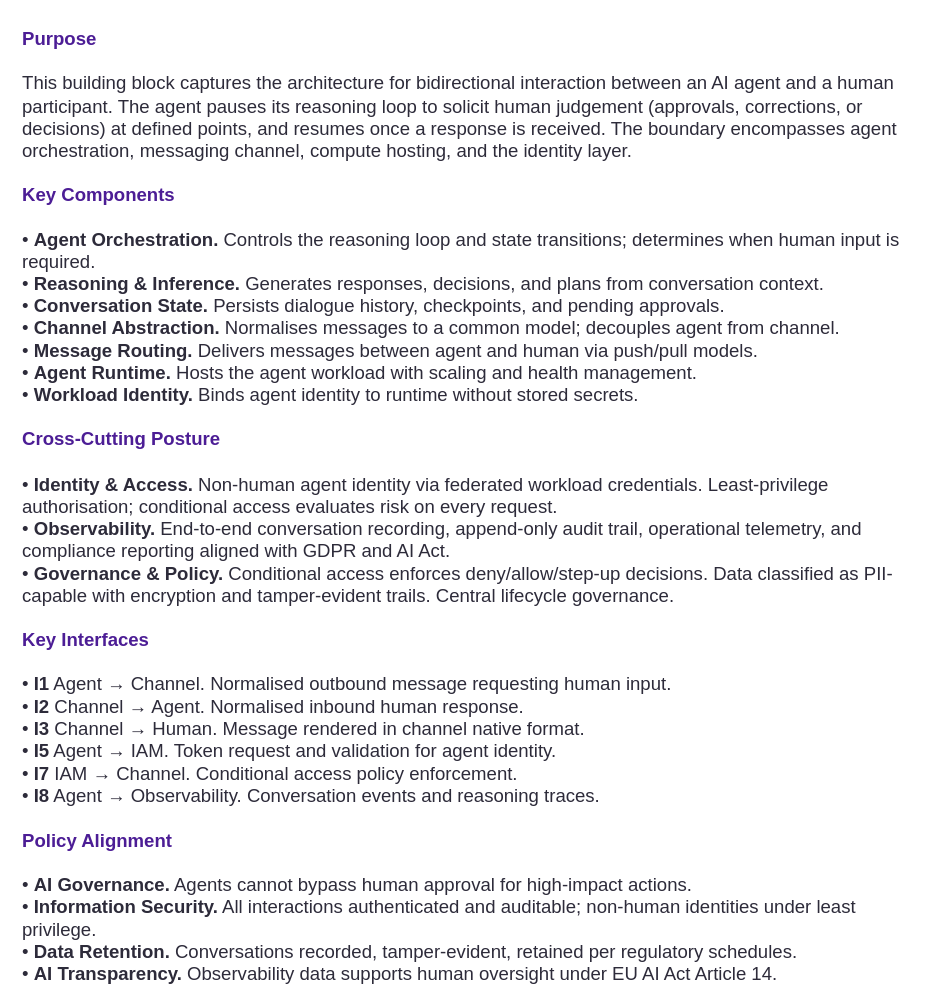
This is standards/building-blocks/architecture-building-block/example/summary.drawio from dermot-obrien/ai-assisted-architecture, a draw.io file, before an edit. Source tidied: cells renumbered, new cells numbered last; positions are measured from the earlier drawing's top-left corner, leaving out a move shared by most shapes. Both pictures are drawn from the tidied source at 116%, with x=0, y=0 at pixel (20, 20).
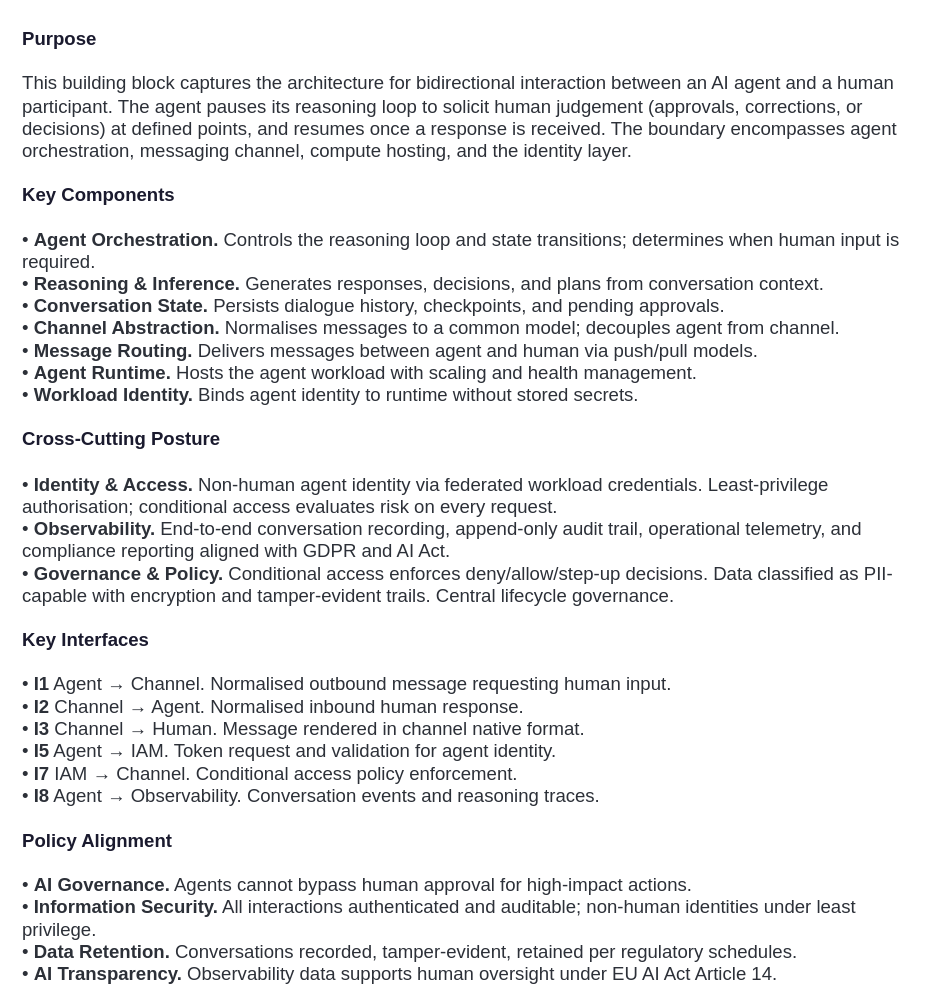
After the change.

The edit, as a diff of the source:
```diff
@@
 <mxGraphModel background="#FFFFFF">
   <root>
     <mxCell id="0" />
     <mxCell id="1" parent="0" />
-    <mxCell id="2" value="&lt;b style=&quot;color:#4C1D95;&quot;&gt;Purpose&lt;/b&gt;&lt;br&gt;&lt;br&gt;This building block captures the architecture for bidirectional interaction between an AI agent and a human participant. The agent pauses its reasoning loop to solicit human judgement (approvals, corrections, or decisions) at defined points, and resumes once a response is received. The boundary encompasses agent orchestration, messaging channel, compute hosting, and the identity layer.&lt;br&gt;&lt;br&gt;&lt;b style=&quot;color:#4C1D95;&quot;&gt;Key Components&lt;/b&gt;&lt;br&gt;&lt;br&gt;• &lt;b&gt;Agent Orchestration.&lt;/b&gt; Controls the reasoning loop and state transitions; determines when human input is required.&lt;br&gt;• &lt;b&gt;Reasoning &amp;amp; Inference.&lt;/b&gt; Generates responses, decisions, and plans from conversation context.&lt;br&gt;• &lt;b&gt;Conversation State.&lt;/b&gt; Persists dialogue history, checkpoints, and pending approvals.&lt;br&gt;• &lt;b&gt;Channel Abstraction.&lt;/b&gt; Normalises messages to a common model; decouples agent from channel.&lt;br&gt;• &lt;b&gt;Message Routing.&lt;/b&gt; Delivers messages between agent and human via push/pull models.&lt;br&gt;• &lt;b&gt;Agent Runtime.&lt;/b&gt; Hosts the agent workload with scaling and health management.&lt;br&gt;• &lt;b&gt;Workload Identity.&lt;/b&gt; Binds agent identity to runtime without stored secrets.&lt;br&gt;&lt;br&gt;&lt;b style=&quot;color:#4C1D95;&quot;&gt;Cross-Cutting Posture&lt;/b&gt;&lt;br&gt;&lt;br&gt;• &lt;b&gt;Identity &amp;amp; Access.&lt;/b&gt; Non-human agent identity via federated workload credentials. Least-privilege authorisation; conditional access evaluates risk on every request.&lt;br&gt;• &lt;b&gt;Observability.&lt;/b&gt; End-to-end conversation recording, append-only audit trail, operational telemetry, and compliance reporting aligned with GDPR and AI Act.&lt;br&gt;• &lt;b&gt;Governance &amp;amp; Policy.&lt;/b&gt; Conditional access enforces deny/allow/step-up decisions. Data classified as PII-capable with encryption and tamper-evident trails. Central lifecycle governance.&lt;br&gt;&lt;br&gt;&lt;b style=&quot;color:#4C1D95;&quot;&gt;Key Interfaces&lt;/b&gt;&lt;br&gt;&lt;br&gt;• &lt;b&gt;I1&lt;/b&gt; Agent → Channel. Normalised outbound message requesting human input.&lt;br&gt;• &lt;b&gt;I2&lt;/b&gt; Channel → Agent. Normalised inbound human response.&lt;br&gt;• &lt;b&gt;I3&lt;/b&gt; Channel → Human. Message rendered in channel native format.&lt;br&gt;• &lt;b&gt;I5&lt;/b&gt; Agent → IAM. Token request and validation for agent identity.&lt;br&gt;• &lt;b&gt;I7&lt;/b&gt; IAM → Channel. Conditional access policy enforcement.&lt;br&gt;• &lt;b&gt;I8&lt;/b&gt; Agent → Observability. Conversation events and reasoning traces.&lt;br&gt;&lt;br&gt;&lt;b style=&quot;color:#4C1D95;&quot;&gt;Policy Alignment&lt;/b&gt;&lt;br&gt;&lt;br&gt;• &lt;b&gt;AI Governance.&lt;/b&gt; Agents cannot bypass human approval for high-impact actions.&lt;br&gt;• &lt;b&gt;Information Security.&lt;/b&gt; All interactions authenticated and auditable; non-human identities under least privilege.&lt;br&gt;• &lt;b&gt;Data Retention.&lt;/b&gt; Conversations recorded, tamper-evident, retained per regulatory schedules.&lt;br&gt;• &lt;b&gt;AI Transparency.&lt;/b&gt; Observability data supports human oversight under EU AI Act Article 14." style="text;html=1;align=left;verticalAlign=top;fontSize=16;fontFamily=Helvetica;fontColor=#2D2B3A;fillColor=none;strokeColor=none;whiteSpace=wrap;spacingTop=0;spacingLeft=0;" parent="1" vertex="1">
+    <mxCell id="2" value="&lt;b style=&quot;color:#1A1A2E;&quot;&gt;Purpose&lt;/b&gt;&lt;br&gt;&lt;br&gt;This building block captures the architecture for bidirectional interaction between an AI agent and a human participant. The agent pauses its reasoning loop to solicit human judgement (approvals, corrections, or decisions) at defined points, and resumes once a response is received. The boundary encompasses agent orchestration, messaging channel, compute hosting, and the identity layer.&lt;br&gt;&lt;br&gt;&lt;b style=&quot;color:#1A1A2E;&quot;&gt;Key Components&lt;/b&gt;&lt;br&gt;&lt;br&gt;• &lt;b&gt;Agent Orchestration.&lt;/b&gt; Controls the reasoning loop and state transitions; determines when human input is required.&lt;br&gt;• &lt;b&gt;Reasoning &amp;amp; Inference.&lt;/b&gt; Generates responses, decisions, and plans from conversation context.&lt;br&gt;• &lt;b&gt;Conversation State.&lt;/b&gt; Persists dialogue history, checkpoints, and pending approvals.&lt;br&gt;• &lt;b&gt;Channel Abstraction.&lt;/b&gt; Normalises messages to a common model; decouples agent from channel.&lt;br&gt;• &lt;b&gt;Message Routing.&lt;/b&gt; Delivers messages between agent and human via push/pull models.&lt;br&gt;• &lt;b&gt;Agent Runtime.&lt;/b&gt; Hosts the agent workload with scaling and health management.&lt;br&gt;• &lt;b&gt;Workload Identity.&lt;/b&gt; Binds agent identity to runtime without stored secrets.&lt;br&gt;&lt;br&gt;&lt;b style=&quot;color:#1A1A2E;&quot;&gt;Cross-Cutting Posture&lt;/b&gt;&lt;br&gt;&lt;br&gt;• &lt;b&gt;Identity &amp;amp; Access.&lt;/b&gt; Non-human agent identity via federated workload credentials. Least-privilege authorisation; conditional access evaluates risk on every request.&lt;br&gt;• &lt;b&gt;Observability.&lt;/b&gt; End-to-end conversation recording, append-only audit trail, operational telemetry, and compliance reporting aligned with GDPR and AI Act.&lt;br&gt;• &lt;b&gt;Governance &amp;amp; Policy.&lt;/b&gt; Conditional access enforces deny/allow/step-up decisions. Data classified as PII-capable with encryption and tamper-evident trails. Central lifecycle governance.&lt;br&gt;&lt;br&gt;&lt;b style=&quot;color:#1A1A2E;&quot;&gt;Key Interfaces&lt;/b&gt;&lt;br&gt;&lt;br&gt;• &lt;b&gt;I1&lt;/b&gt; Agent → Channel. Normalised outbound message requesting human input.&lt;br&gt;• &lt;b&gt;I2&lt;/b&gt; Channel → Agent. Normalised inbound human response.&lt;br&gt;• &lt;b&gt;I3&lt;/b&gt; Channel → Human. Message rendered in channel native format.&lt;br&gt;• &lt;b&gt;I5&lt;/b&gt; Agent → IAM. Token request and validation for agent identity.&lt;br&gt;• &lt;b&gt;I7&lt;/b&gt; IAM → Channel. Conditional access policy enforcement.&lt;br&gt;• &lt;b&gt;I8&lt;/b&gt; Agent → Observability. Conversation events and reasoning traces.&lt;br&gt;&lt;br&gt;&lt;b style=&quot;color:#1A1A2E;&quot;&gt;Policy Alignment&lt;/b&gt;&lt;br&gt;&lt;br&gt;• &lt;b&gt;AI Governance.&lt;/b&gt; Agents cannot bypass human approval for high-impact actions.&lt;br&gt;• &lt;b&gt;Information Security.&lt;/b&gt; All interactions authenticated and auditable; non-human identities under least privilege.&lt;br&gt;• &lt;b&gt;Data Retention.&lt;/b&gt; Conversations recorded, tamper-evident, retained per regulatory schedules.&lt;br&gt;• &lt;b&gt;AI Transparency.&lt;/b&gt; Observability data supports human oversight under EU AI Act Article 14." style="text;html=1;align=left;verticalAlign=top;fontSize=16;fontFamily=Helvetica;fontColor=#2C3038;fillColor=none;strokeColor=none;whiteSpace=wrap;spacingTop=0;spacingLeft=0;" parent="1" vertex="1">
       <mxGeometry width="768" height="680" as="geometry" />
     </mxCell>
   </root>
 </mxGraphModel>
```
